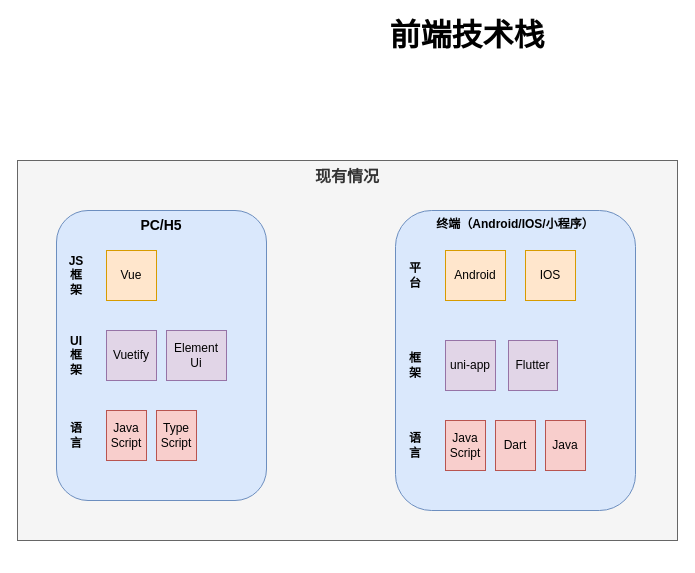
metre/images keeps this draw.io diagram as 前端技术栈.drawio. Above is the earlier version. Source tidied: cells renumbered, new cells numbered last; positions are measured from the earlier drawing's top-left corner, leaving out a move shared by most shapes. Both pictures are drawn from the tidied source at 100%, with x=0, y=0 at pixel (17, 20).
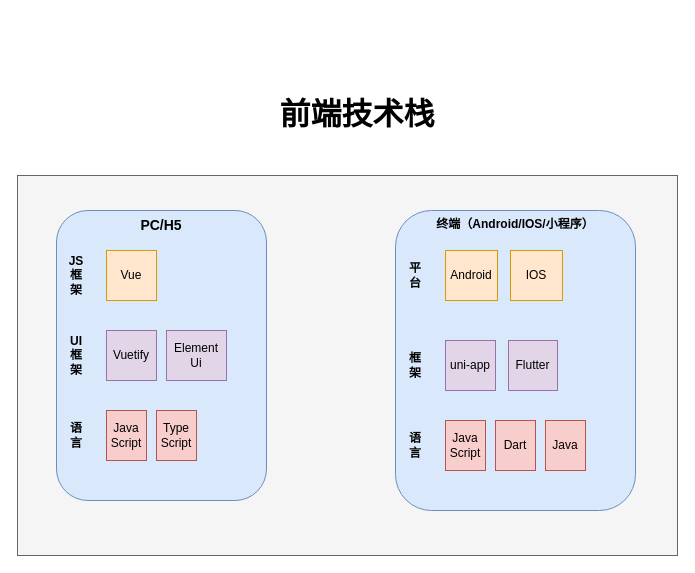
The same page after the edit.

Commit message (it also covers changes not shown here):
更新前端技术栈.drawio

Change to the diagram source:
```diff
@@
-    <mxCell id="2" value="现有情况" style="rounded=0;whiteSpace=wrap;html=1;fillColor=#f5f5f5;fontColor=#333333;strokeColor=#666666;verticalAlign=top;fontSize=16;fontStyle=1;" parent="1" vertex="1">
-      <mxGeometry y="140" width="660" height="380" as="geometry" />
+    <mxCell id="2" style="rounded=0;whiteSpace=wrap;html=1;fillColor=#f5f5f5;fontColor=#333333;strokeColor=#666666;verticalAlign=top;fontSize=16;fontStyle=1;" parent="1" vertex="1">
+      <mxGeometry y="155" width="660" height="380" as="geometry" />
     </mxCell>
     <mxCell id="3" value="前端技术栈" style="text;html=1;strokeColor=none;fillColor=none;align=center;verticalAlign=middle;whiteSpace=wrap;rounded=0;fontStyle=1;fontSize=31;" parent="1" vertex="1">
-      <mxGeometry x="310" width="280" height="30" as="geometry" />
+      <mxGeometry x="200" y="79" width="280" height="30" as="geometry" />
     </mxCell>
@@
     <mxCell id="11" value="Android" style="rounded=0;whiteSpace=wrap;html=1;fillColor=#ffe6cc;strokeColor=#d79b00;" parent="1" vertex="1">
-      <mxGeometry x="428" y="230" width="60" height="50" as="geometry" />
+      <mxGeometry x="428" y="230" width="52" height="50" as="geometry" />
     </mxCell>
@@
     <mxCell id="13" value="IOS" style="rounded=0;whiteSpace=wrap;html=1;fillColor=#ffe6cc;strokeColor=#d79b00;" parent="1" vertex="1">
-      <mxGeometry x="508" y="230" width="50" height="50" as="geometry" />
+      <mxGeometry x="493" y="230" width="52" height="50" as="geometry" />
     </mxCell>
```
